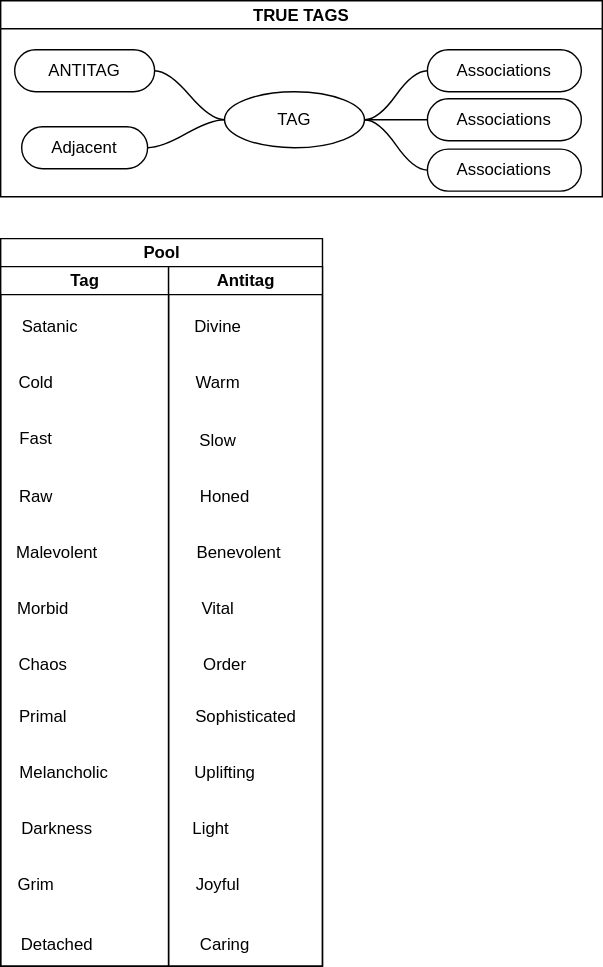
This is TheProspector/Assets/Schematics/TRUE.svg from SakuNurmiranta/TheProspector, a draw.io export, as it was before one commit. Source tidied: cells renumbered, new cells last; positions are measured from the earlier drawing's top-left corner, leaving out a move shared by most shapes.
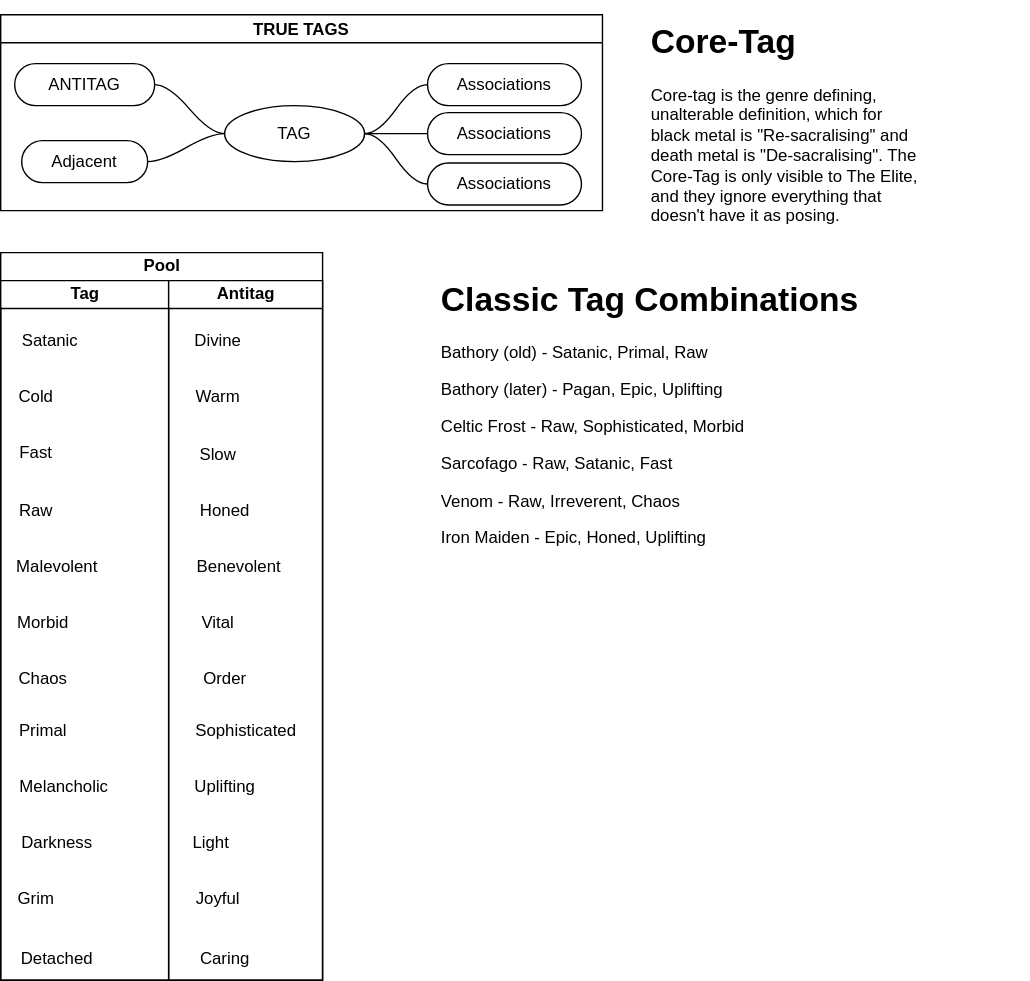
Above is the later version.

Commit message:
TRUE, Tags, Core-Tag

The edit, as a diff of the source:
```diff
@@ -119,5 +119,11 @@
     <mxCell id="40" value="Caring" style="text;html=1;align=center;verticalAlign=middle;strokeColor=none;fillColor=none;" parent="28" vertex="1">
       <mxGeometry x="10" y="470" width="60" height="30" as="geometry" />
     </mxCell>
+    <mxCell id="41" value="&lt;h1&gt;Classic Tag Combinations&lt;/h1&gt;&lt;p&gt;Bathory (old) - Satanic, Primal, Raw&lt;/p&gt;&lt;p&gt;Bathory (later) - Pagan, Epic, Uplifting&lt;/p&gt;&lt;p&gt;Celtic Frost - Raw, Sophisticated, Morbid&lt;/p&gt;&lt;p&gt;Sarcofago - Raw, Satanic, Fast&amp;nbsp;&lt;/p&gt;&lt;p&gt;Venom - Raw, Irreverent, Chaos&lt;/p&gt;&lt;p&gt;Iron Maiden - Epic, Honed, Uplifting&lt;/p&gt;" style="text;html=1;strokeColor=none;fillColor=none;spacing=5;spacingTop=-20;whiteSpace=wrap;overflow=hidden;rounded=0;" parent="1" vertex="1">
+      <mxGeometry x="310" y="184" width="425" height="406" as="geometry" />
+    </mxCell>
+    <mxCell id="42" value="&lt;h1&gt;Core-Tag&lt;/h1&gt;&lt;p&gt;Core-tag is the genre defining, unalterable definition, which for black metal is &quot;Re-sacralising&quot; and death metal is &quot;De-sacralising&quot;. The Core-Tag is only visible to The Elite, and they ignore everything that doesn't have it as posing.&lt;/p&gt;" style="text;html=1;strokeColor=none;fillColor=none;spacing=5;spacingTop=-20;whiteSpace=wrap;overflow=hidden;rounded=0;" parent="1" vertex="1">
+      <mxGeometry x="460" width="200" height="160" as="geometry" />
+    </mxCell>
   </root>
 </mxGraphModel>
```
